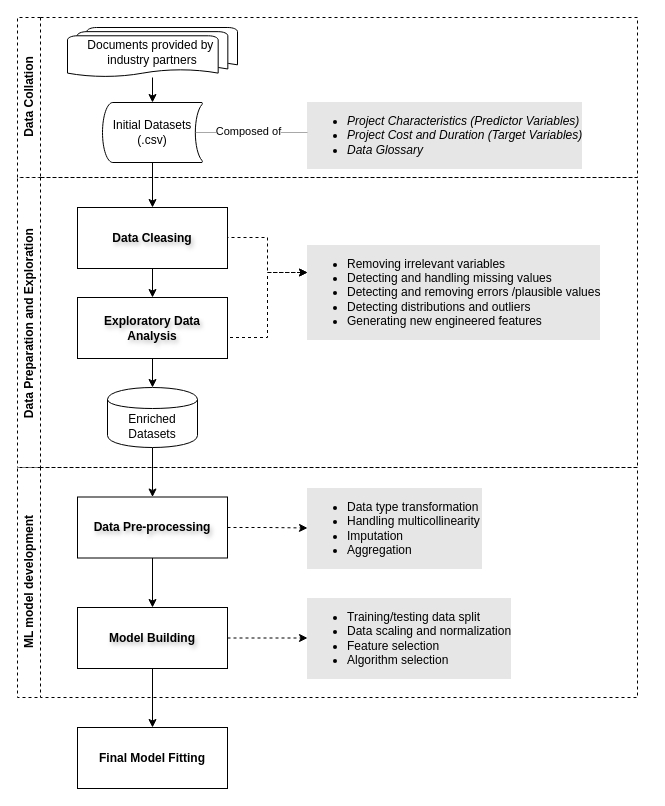
Before: research framework.drawio in datou7119/Figures, a draw.io diagram. Source tidied: cells renumbered, new cells numbered last; positions are measured from the earlier drawing's top-left corner, leaving out a move shared by most shapes. Both pictures are drawn from the tidied source at 100%, with x=0, y=0 at pixel (17, 17).
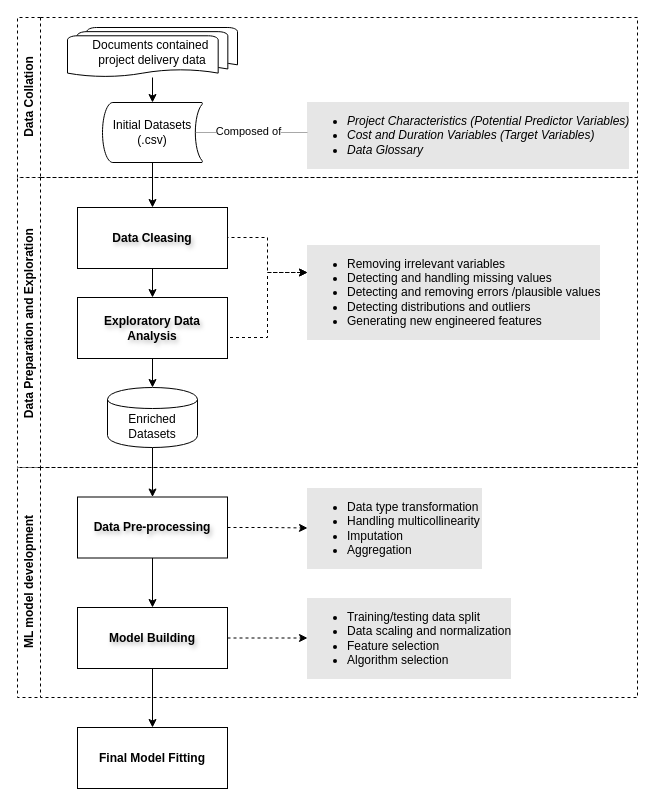
The same diagram, later.

Change to the diagram source:
```diff
@@
-    <mxCell id="3" value="&lt;blockquote style=&quot;margin: 0px 0px 0px 40px; border: none; padding: 0px; font-size: 12px;&quot;&gt;&lt;/blockquote&gt;&lt;ul style=&quot;font-size: 12px;&quot;&gt;&lt;li style=&quot;font-size: 12px;&quot;&gt;&lt;i&gt;Project Characteristics (Predictor Variables)&lt;/i&gt;&lt;/li&gt;&lt;li style=&quot;font-size: 12px;&quot;&gt;&lt;i&gt;Project Cost and Duration (Target Variables)&lt;/i&gt;&lt;/li&gt;&lt;li style=&quot;font-size: 12px;&quot;&gt;&lt;i&gt;Data Glossary&lt;/i&gt;&lt;/li&gt;&lt;/ul&gt;&lt;blockquote style=&quot;margin: 0px 0px 0px 40px; border: none; padding: 0px; font-size: 12px;&quot;&gt;&lt;/blockquote&gt;&lt;blockquote style=&quot;margin: 0px 0px 0px 40px; border: none; padding: 0px; font-size: 12px;&quot;&gt;&lt;/blockquote&gt;&lt;blockquote style=&quot;margin: 0px 0px 0px 40px; border: none; padding: 0px; font-size: 12px;&quot;&gt;&lt;/blockquote&gt;" style="text;html=1;align=left;verticalAlign=top;points=[];labelBackgroundColor=#E6E6E6;labelBorderColor=none;spacingTop=0;spacingLeft=0;spacingRight=2;flipV=1;flipH=1;imageWidth=17;imageHeight=20;imageAspect=0;fontSize=12;spacing=0;" parent="1" vertex="1">
-      <mxGeometry x="290" y="80" width="290" height="70" as="geometry" />
+    <mxCell id="3" value="&lt;blockquote style=&quot;margin: 0px 0px 0px 40px; border: none; padding: 0px; font-size: 12px;&quot;&gt;&lt;/blockquote&gt;&lt;ul style=&quot;font-size: 12px;&quot;&gt;&lt;li style=&quot;font-size: 12px;&quot;&gt;&lt;i&gt;Project Characteristics (Potential Predictor Variables)&lt;/i&gt;&lt;/li&gt;&lt;li style=&quot;font-size: 12px;&quot;&gt;&lt;i&gt;Cost and Duration Variables (Target Variables)&lt;/i&gt;&lt;/li&gt;&lt;li style=&quot;font-size: 12px;&quot;&gt;&lt;i&gt;Data Glossary&lt;/i&gt;&lt;/li&gt;&lt;/ul&gt;&lt;blockquote style=&quot;margin: 0px 0px 0px 40px; border: none; padding: 0px; font-size: 12px;&quot;&gt;&lt;/blockquote&gt;&lt;blockquote style=&quot;margin: 0px 0px 0px 40px; border: none; padding: 0px; font-size: 12px;&quot;&gt;&lt;/blockquote&gt;&lt;blockquote style=&quot;margin: 0px 0px 0px 40px; border: none; padding: 0px; font-size: 12px;&quot;&gt;&lt;/blockquote&gt;" style="text;html=1;align=left;verticalAlign=top;points=[];labelBackgroundColor=#E6E6E6;labelBorderColor=none;spacingTop=0;spacingLeft=0;spacingRight=2;flipV=1;flipH=1;imageWidth=17;imageHeight=20;imageAspect=0;fontSize=12;spacing=0;" parent="1" vertex="1">
+      <mxGeometry x="290" y="80" width="340" height="70" as="geometry" />
     </mxCell>
@@
-    <mxCell id="15" value="Documents provided by&amp;nbsp;&lt;br&gt;industry partners" style="strokeWidth=1;html=1;shape=mxgraph.flowchart.multi-document;whiteSpace=wrap;" parent="1" vertex="1">
+    <mxCell id="15" value="Documents contained&amp;nbsp;&lt;div&gt;project delivery data&lt;/div&gt;" style="strokeWidth=1;html=1;shape=mxgraph.flowchart.multi-document;whiteSpace=wrap;" parent="1" vertex="1">
       <mxGeometry x="50" y="10" width="170" height="50" as="geometry" />
     </mxCell>
```
